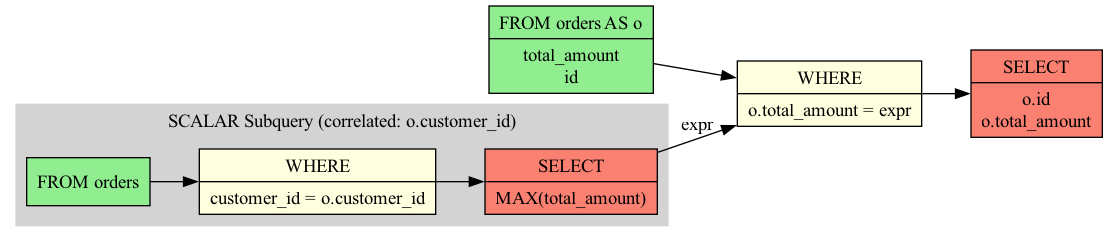
Before: examples/subquery_scalar.png, a diagram exported from Graphviz (rot1024/sqloflow). Its source is kept beside it as examples/subquery_scalar.dot.
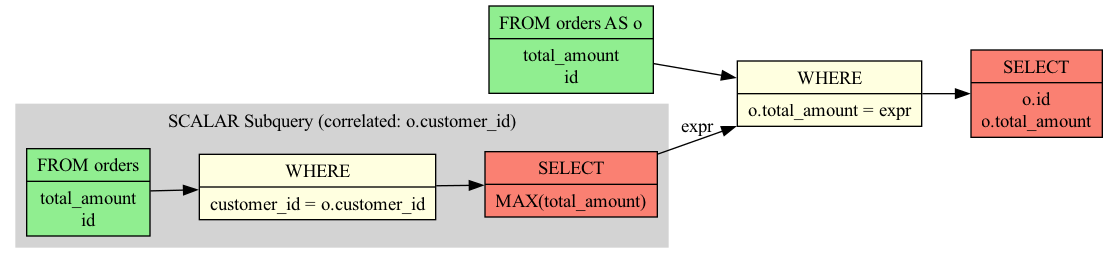
Above is the later version.

Change to the diagram source:
```diff
@@ -15,7 +15,7 @@
     label="SCALAR Subquery (correlated: o.customer_id)";
     style=filled;
     color=lightgrey;
-    subq_0_node_0 [label="FROM orders", style=filled, fillcolor=lightgreen];
+    subq_0_node_0 [label="FROM orders|total_amount\nid", style=filled, fillcolor=lightgreen];
     subq_0_node_1 [label="WHERE|customer_id = o.customer_id", style=filled, fillcolor=lightyellow];
     subq_0_node_2 [label="SELECT|MAX(total_amount)", style=filled, fillcolor=salmon];
     subq_0_node_0 -> subq_0_node_1;
```
